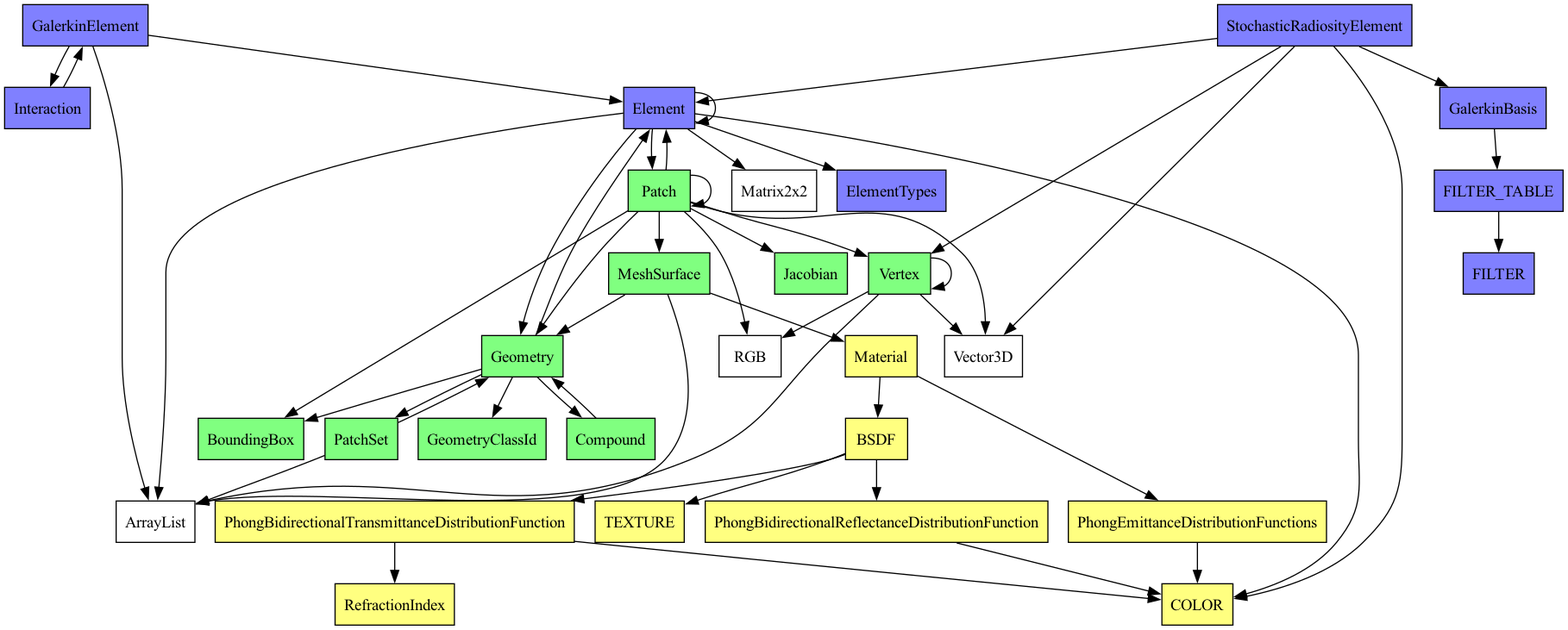
This is doc/coreModelClasses.png from OscarChavarro/rpkCpp, a Graphviz export, as it was before one commit. Its source is kept beside it as doc/coreModelClasses.dot.
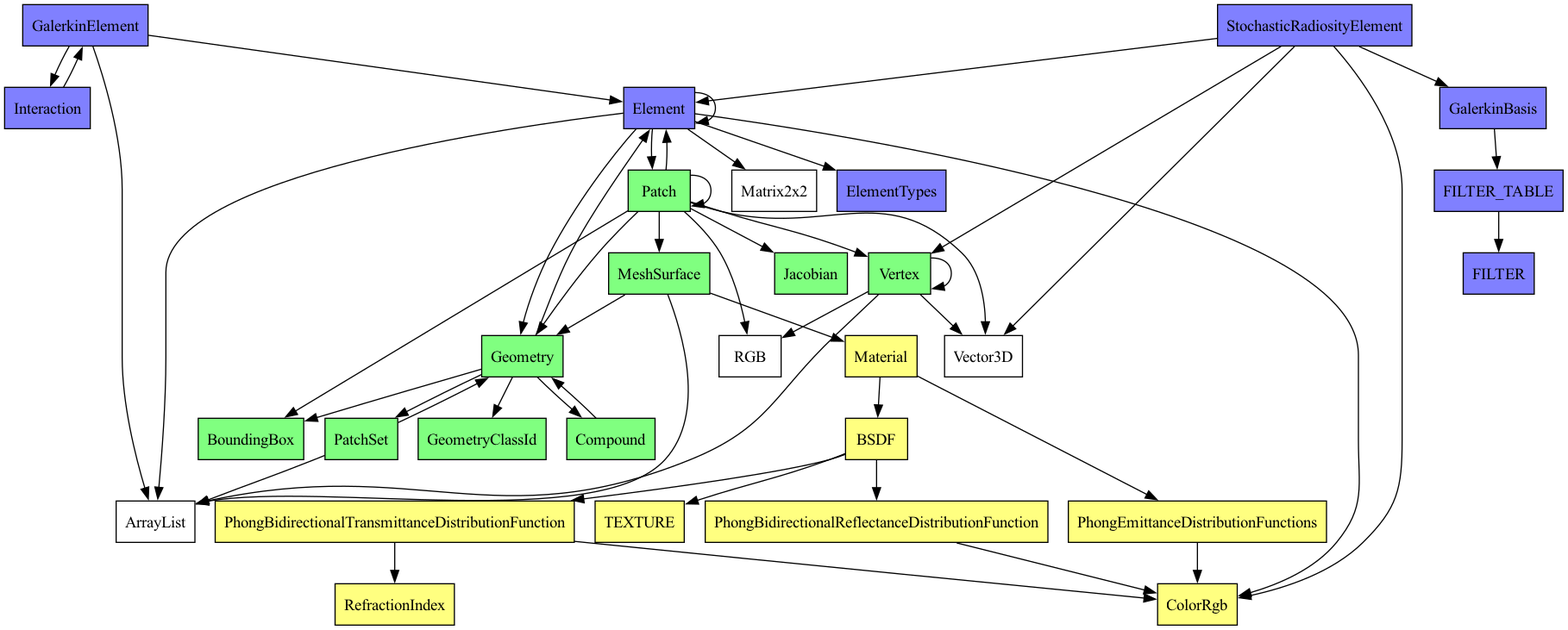
The same diagram one commit later.

Diff of the diagram source:
```diff
@@ -30,7 +30,7 @@
     PhongBidirectionalTransmittanceDistributionFunction [shape=box, style=filled, fillcolor="#ffff80"];
     RefractionIndex [shape=box, style=filled, fillcolor="#ffff80"];
     PhongBidirectionalReflectanceDistributionFunction [shape=box, style=filled, fillcolor="#ffff80"];
-    COLOR [shape=box, style=filled, fillcolor="#ffff80"];
+    ColorRgb [shape=box, style=filled, fillcolor="#ffff80"];
 
     Vertex -> Vector3D;
     Vertex -> RGB;
@@ -38,7 +38,7 @@
     Vertex -> Vertex;
     GalerkinBasis -> FILTER_TABLE;
     FILTER_TABLE -> FILTER;
-    Element -> COLOR;
+    Element -> ColorRgb;
     Element -> Patch;
     Element -> Geometry;
     Element -> Element;
@@ -51,7 +51,7 @@
     GalerkinElement -> Interaction;
     StochasticRadiosityElement -> Element;
     StochasticRadiosityElement -> GalerkinBasis;
-    StochasticRadiosityElement -> COLOR;
+    StochasticRadiosityElement -> ColorRgb;
     StochasticRadiosityElement -> Vector3D;
     StochasticRadiosityElement -> Vertex;
     Patch -> Patch;
@@ -63,9 +63,9 @@
     Patch -> Element;
     Patch -> Geometry;
     Patch -> MeshSurface;
-    PhongEmittanceDistributionFunctions -> COLOR;
-    PhongBidirectionalReflectanceDistributionFunction -> COLOR;
-    PhongBidirectionalTransmittanceDistributionFunction -> COLOR;
+    PhongEmittanceDistributionFunctions -> ColorRgb;
+    PhongBidirectionalReflectanceDistributionFunction -> ColorRgb;
+    PhongBidirectionalTransmittanceDistributionFunction -> ColorRgb;
     PhongBidirectionalTransmittanceDistributionFunction -> RefractionIndex;
     BSDF -> PhongBidirectionalReflectanceDistributionFunction;
     BSDF -> PhongBidirectionalTransmittanceDistributionFunction;
```
